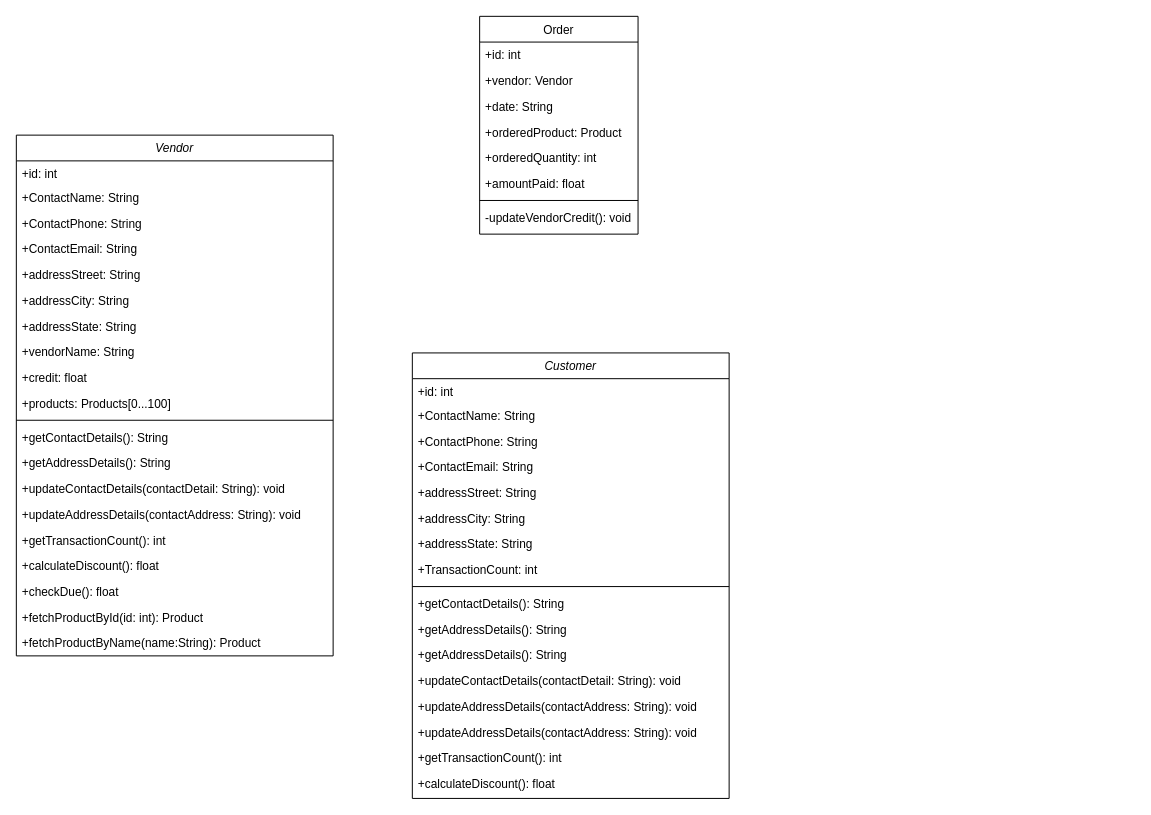
Above: Untitled Diagram.drawio in SanjayZeO/IMS (draw.io), before the change. Source tidied: cells renumbered, new cells numbered last; positions are measured from the earlier drawing's top-left corner, leaving out a move shared by most shapes. Both pictures are drawn from the tidied source at 99%, with x=0, y=0 at pixel (16, 16).
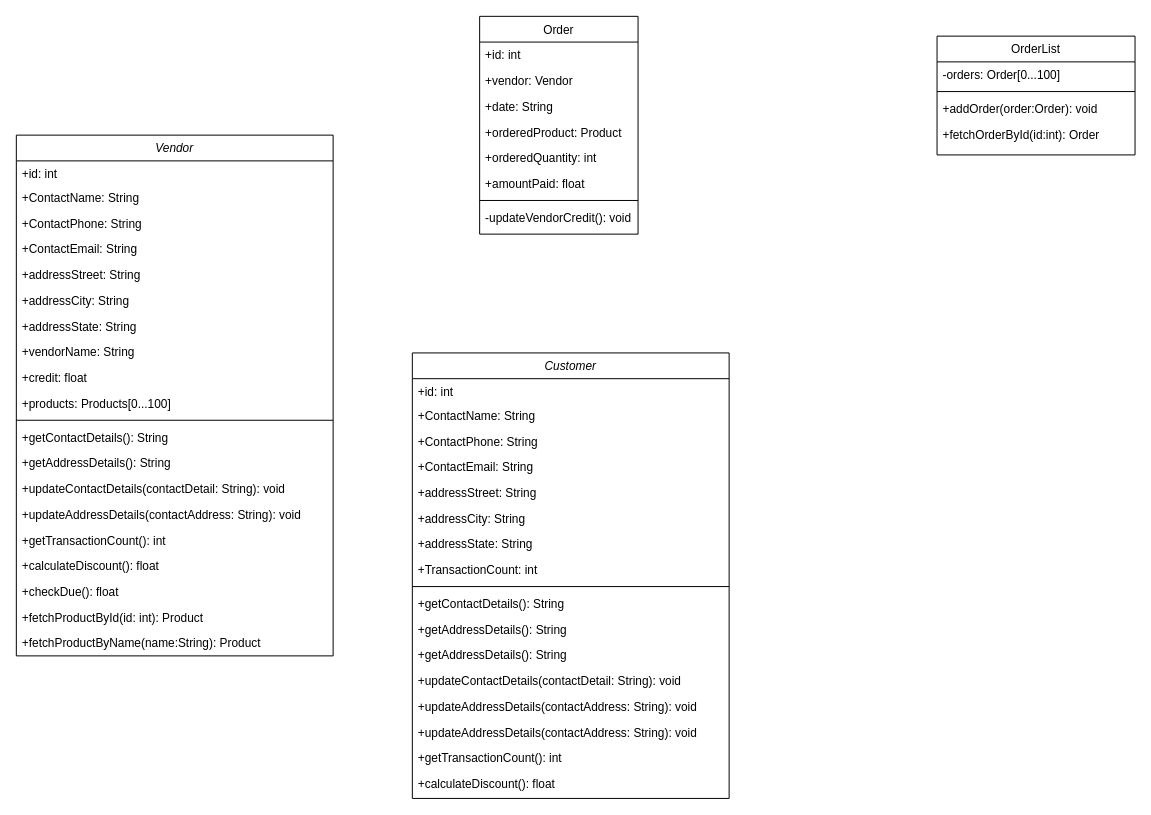
After the change.

What changed in the source:
```diff
@@
+    <mxCell id="50" value="OrderList" style="swimlane;fontStyle=0;align=center;verticalAlign=top;horizontal=1;startSize=26;rounded=0;shadow=0;strokeWidth=1;" parent="1" vertex="1">
+      <mxGeometry x="930" y="20" width="200" height="120" as="geometry" />
+    </mxCell>
+    <mxCell id="51" value="-orders: Order[0...100]" style="text;align=left;verticalAlign=top;spacingLeft=4;spacingRight=4;overflow=hidden;" parent="50" vertex="1">
+      <mxGeometry y="26" width="200" height="26" as="geometry" />
+    </mxCell>
+    <mxCell id="52" style="line;html=1;strokeWidth=1;align=left;verticalAlign=middle;spacingTop=-1;spacingLeft=3;spacingRight=3;labelPosition=right;" parent="50" vertex="1">
+      <mxGeometry y="52" width="200" height="8" as="geometry" />
+    </mxCell>
+    <mxCell id="53" value="+addOrder(order:Order): void" style="text;align=left;verticalAlign=top;spacingLeft=4;spacingRight=4;overflow=hidden;" parent="50" vertex="1">
+      <mxGeometry y="60" width="200" height="26" as="geometry" />
+    </mxCell>
+    <mxCell id="54" value="+fetchOrderById(id:int): Order" style="text;align=left;verticalAlign=top;spacingLeft=4;spacingRight=4;overflow=hidden;" parent="50" vertex="1">
+      <mxGeometry y="86" width="200" height="26" as="geometry" />
+    </mxCell>
```
